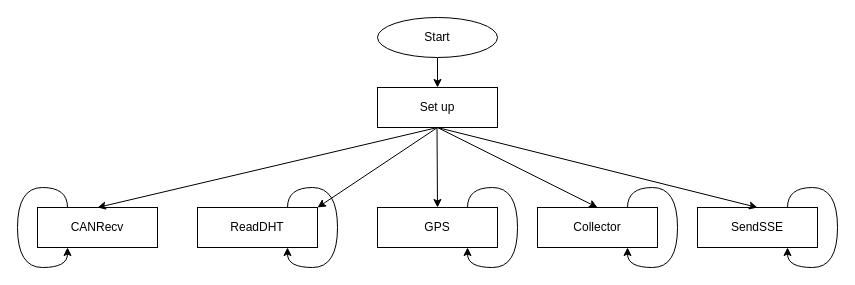
Before: page "ESP32 CAN" (6 of 7) of Untitled Diagram.drawio in 106210049/Plant-take-care, a draw.io diagram. Source tidied: cells renumbered, new cells numbered last; positions are measured from the earlier drawing's top-left corner, leaving out a move shared by most shapes. Both pictures are drawn from the tidied source at 100%, with x=0, y=0 at pixel (17, 17).
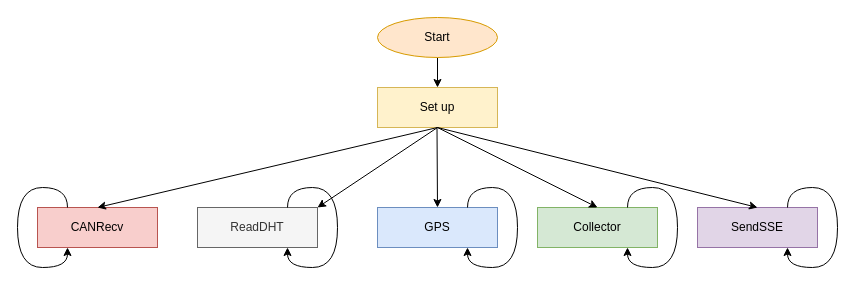
The same diagram, later.

The edit, as a diff of the source:
```diff
@@
-    <mxCell id="3" value="Start" style="ellipse;whiteSpace=wrap;html=1;" parent="1" vertex="1">
+    <mxCell id="3" value="Start" style="ellipse;whiteSpace=wrap;html=1;fillColor=#ffe6cc;strokeColor=#d79b00;" parent="1" vertex="1">
       <mxGeometry x="360" width="120" height="40" as="geometry" />
     </mxCell>
-    <mxCell id="4" value="Set up" style="rounded=0;whiteSpace=wrap;html=1;" parent="1" vertex="1">
+    <mxCell id="4" value="Set up" style="rounded=0;whiteSpace=wrap;html=1;fillColor=#fff2cc;strokeColor=#d6b656;" parent="1" vertex="1">
       <mxGeometry x="360" y="70" width="120" height="40" as="geometry" />
     </mxCell>
-    <mxCell id="5" value="CANRecv" style="rounded=0;whiteSpace=wrap;html=1;" parent="1" vertex="1">
+    <mxCell id="5" value="CANRecv" style="rounded=0;whiteSpace=wrap;html=1;fillColor=#f8cecc;strokeColor=#b85450;" parent="1" vertex="1">
       <mxGeometry x="20" y="190" width="120" height="40" as="geometry" />
     </mxCell>
-    <mxCell id="6" value="SendSSE" style="rounded=0;whiteSpace=wrap;html=1;" parent="1" vertex="1">
+    <mxCell id="6" value="SendSSE" style="rounded=0;whiteSpace=wrap;html=1;fillColor=#e1d5e7;strokeColor=#9673a6;" parent="1" vertex="1">
       <mxGeometry x="680" y="190" width="120" height="40" as="geometry" />
     </mxCell>
@@
-    <mxCell id="11" value="ReadDHT" style="rounded=0;whiteSpace=wrap;html=1;" parent="1" vertex="1">
+    <mxCell id="11" value="ReadDHT" style="rounded=0;whiteSpace=wrap;html=1;fillColor=#f5f5f5;fontColor=#333333;strokeColor=#666666;" parent="1" vertex="1">
       <mxGeometry x="180" y="190" width="120" height="40" as="geometry" />
     </mxCell>
@@
-    <mxCell id="14" value="Collector" style="rounded=0;whiteSpace=wrap;html=1;" parent="1" vertex="1">
+    <mxCell id="14" value="Collector" style="rounded=0;whiteSpace=wrap;html=1;fillColor=#d5e8d4;strokeColor=#82b366;" parent="1" vertex="1">
       <mxGeometry x="520" y="190" width="120" height="40" as="geometry" />
     </mxCell>
@@
-    <mxCell id="17" value="GPS" style="rounded=0;whiteSpace=wrap;html=1;" parent="1" vertex="1">
+    <mxCell id="17" value="GPS" style="rounded=0;whiteSpace=wrap;html=1;fillColor=#dae8fc;strokeColor=#6c8ebf;" parent="1" vertex="1">
       <mxGeometry x="360" y="190" width="120" height="40" as="geometry" />
     </mxCell>
```
